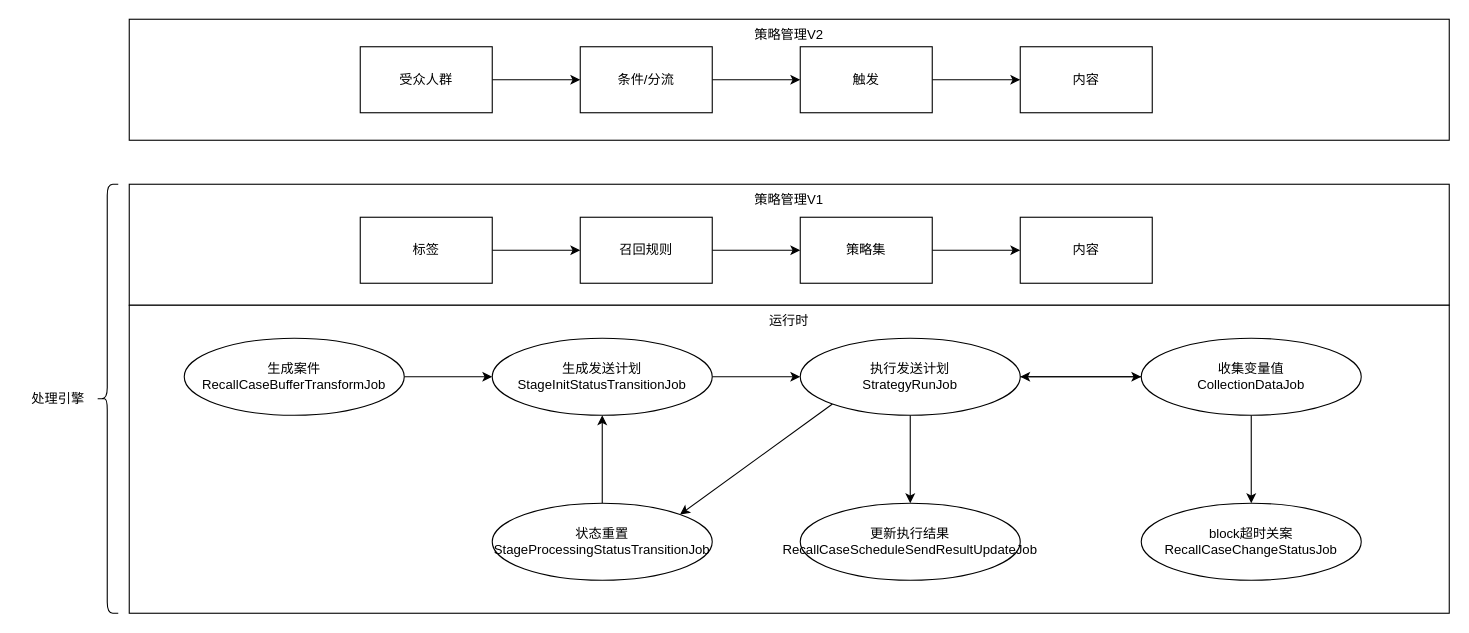
Earlier version of the draw.io diagram page "处理引擎" (2 of 2) of 召回系统重构.drawio (ABIN-DS/flowchart). Source tidied: cells renumbered, new cells numbered last; positions are measured from the earlier drawing's top-left corner, leaving out a move shared by most shapes. Both pictures are drawn from the tidied source at 110%, with x=0, y=0 at pixel (19, 19).
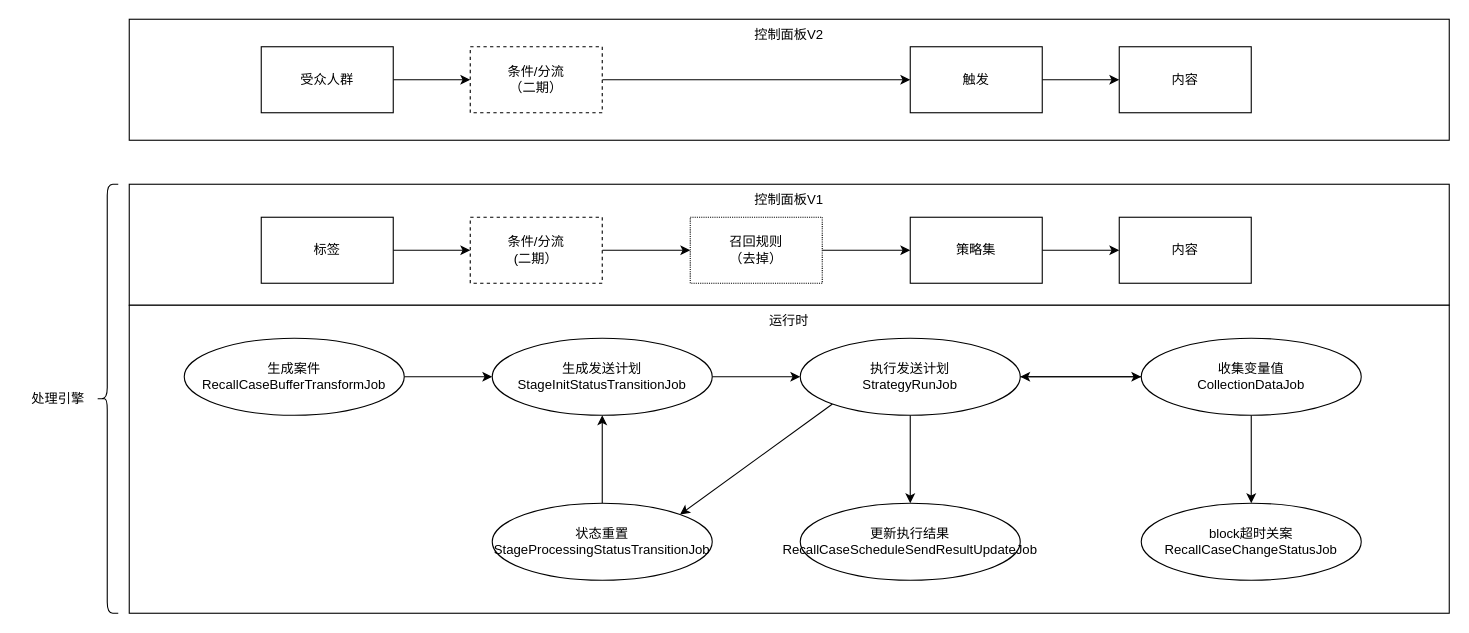
The same diagram, later.

Commit message:
更新召回系统重构.drawio

Diff of the diagram source:
```diff
@@
-    <mxCell id="2" value="策略管理V1" style="rounded=0;whiteSpace=wrap;html=1;verticalAlign=top;" parent="1" vertex="1">
+    <mxCell id="2" value="控制面板V1" style="rounded=0;whiteSpace=wrap;html=1;verticalAlign=top;" parent="1" vertex="1">
       <mxGeometry x="100" y="150" width="1200" height="110" as="geometry" />
     </mxCell>
@@
-    <mxCell id="4" style="edgeStyle=orthogonalEdgeStyle;rounded=0;jettySize=auto;html=1;" parent="1" edge="1" source="5" target="7">
+    <mxCell id="4" style="edgeStyle=orthogonalEdgeStyle;rounded=0;jettySize=auto;html=1;entryX=0;entryY=0.5;entryDx=0;entryDy=0;" parent="1" edge="1" source="5" target="37">
       <mxGeometry relative="1" as="geometry" />
     </mxCell>
     <mxCell id="5" value="标签" style="rounded=0;whiteSpace=wrap;html=1;" parent="1" vertex="1">
-      <mxGeometry x="310" y="180" width="120" height="60" as="geometry" />
+      <mxGeometry x="220" y="180" width="120" height="60" as="geometry" />
     </mxCell>
@@
-    <mxCell id="7" value="召回规则" style="rounded=0;whiteSpace=wrap;html=1;" parent="1" vertex="1">
-      <mxGeometry x="510" y="180" width="120" height="60" as="geometry" />
+    <mxCell id="7" value="召回规则&lt;br&gt;（去掉）" style="rounded=0;whiteSpace=wrap;html=1;dashed=1;dashPattern=1 1;" parent="1" vertex="1">
+      <mxGeometry x="610" y="180" width="120" height="60" as="geometry" />
     </mxCell>
@@
     <mxCell id="9" value="策略集" style="rounded=0;whiteSpace=wrap;html=1;" parent="1" vertex="1">
-      <mxGeometry x="710" y="180" width="120" height="60" as="geometry" />
+      <mxGeometry x="810" y="180" width="120" height="60" as="geometry" />
     </mxCell>
     <mxCell id="10" value="内容" style="rounded=0;whiteSpace=wrap;html=1;" parent="1" vertex="1">
-      <mxGeometry x="910" y="180" width="120" height="60" as="geometry" />
+      <mxGeometry x="1000" y="180" width="120" height="60" as="geometry" />
     </mxCell>
@@
-    <mxCell id="26" value="策略管理V2" style="rounded=0;whiteSpace=wrap;html=1;verticalAlign=top;" parent="1" vertex="1">
+    <mxCell id="26" value="控制面板V2" style="rounded=0;whiteSpace=wrap;html=1;verticalAlign=top;" parent="1" vertex="1">
       <mxGeometry x="100" width="1200" height="110" as="geometry" />
     </mxCell>
@@
     <mxCell id="28" value="受众人群" style="rounded=0;whiteSpace=wrap;html=1;" parent="1" vertex="1">
-      <mxGeometry x="310" y="25" width="120" height="60" as="geometry" />
+      <mxGeometry x="220" y="25" width="120" height="60" as="geometry" />
     </mxCell>
@@
-    <mxCell id="30" value="条件/分流" style="rounded=0;whiteSpace=wrap;html=1;" parent="1" vertex="1">
-      <mxGeometry x="510" y="25" width="120" height="60" as="geometry" />
+    <mxCell id="30" value="条件/分流&lt;br&gt;（二期）" style="rounded=0;whiteSpace=wrap;html=1;dashed=1;" parent="1" vertex="1">
+      <mxGeometry x="410" y="25" width="120" height="60" as="geometry" />
     </mxCell>
@@
     <mxCell id="32" value="触发" style="rounded=0;whiteSpace=wrap;html=1;" parent="1" vertex="1">
-      <mxGeometry x="710" y="25" width="120" height="60" as="geometry" />
+      <mxGeometry x="810" y="25" width="120" height="60" as="geometry" />
     </mxCell>
     <mxCell id="33" value="内容" style="rounded=0;whiteSpace=wrap;html=1;" parent="1" vertex="1">
-      <mxGeometry x="910" y="25" width="120" height="60" as="geometry" />
+      <mxGeometry x="1000" y="25" width="120" height="60" as="geometry" />
     </mxCell>
@@
+    <mxCell id="36" style="edgeStyle=orthogonalEdgeStyle;rounded=0;jettySize=auto;html=1;entryX=0;entryY=0.5;entryDx=0;entryDy=0;" parent="1" edge="1" source="37" target="7">
+      <mxGeometry relative="1" as="geometry" />
+    </mxCell>
+    <mxCell id="37" value="条件/分流&lt;br&gt;(二期）" style="rounded=0;whiteSpace=wrap;html=1;dashed=1;" parent="1" vertex="1">
+      <mxGeometry x="410" y="180" width="120" height="60" as="geometry" />
+    </mxCell>
```
